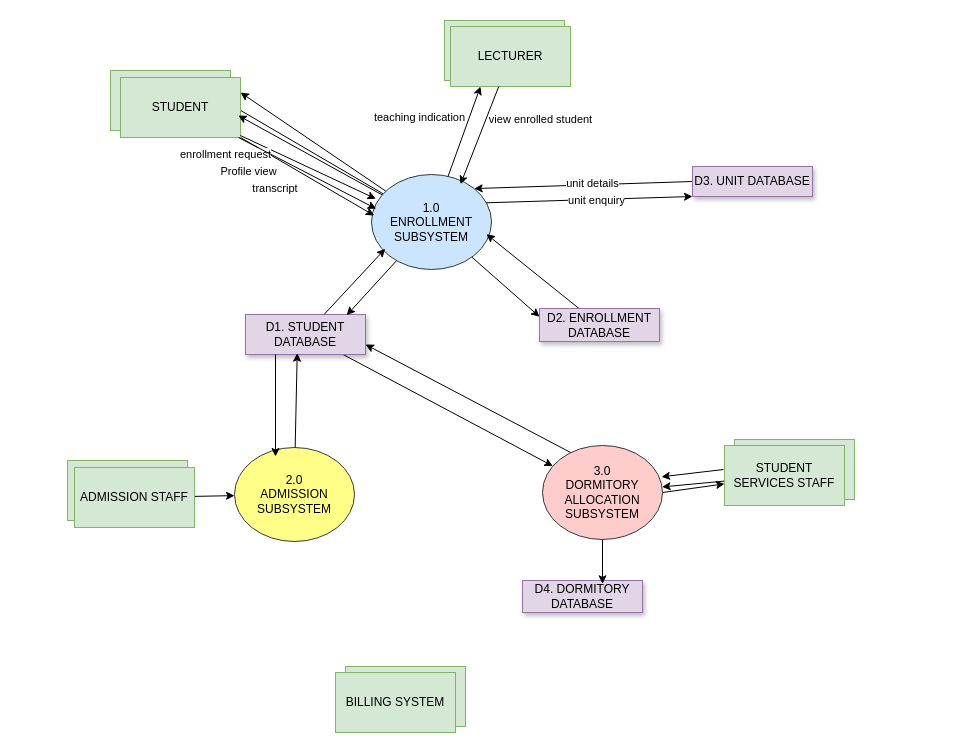
The draw.io diagram page "Level 1 DFD" (3 of 6) of Untitled Diagram.drawio in Nash230/IS403SystemsAnalysis-Design_MP, before the edit. Source tidied: cells renumbered, new cells numbered last; positions are measured from the earlier drawing's top-left corner, leaving out a move shared by most shapes. Both pictures are drawn from the tidied source at 100%, with x=0, y=0 at pixel (67, 20).
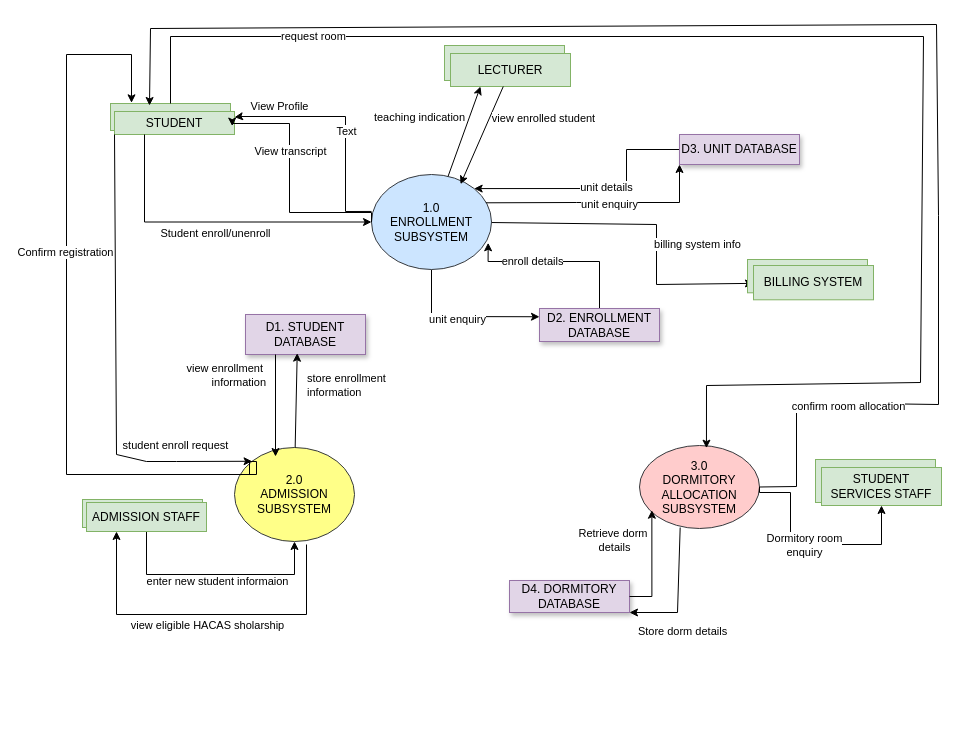
The same page after the edit.

Commit message:
Analysis Drawing

The change refers to these unchanged cells:
```xml
<mxCell id="5" value="&lt;div&gt;1.0&lt;/div&gt;&lt;div&gt;ENROLLMENT SUBSYSTEM&lt;/div&gt;" style="ellipse;whiteSpace=wrap;html=1;fillColor=#cce5ff;strokeColor=#36393d;" parent="1" vertex="1">
  <mxGeometry x="304" y="154" width="120" height="95" as="geometry" />
</mxCell>
<mxCell id="8" value="2.0&lt;div&gt;ADMISSION SUBSYSTEM&lt;/div&gt;" style="ellipse;whiteSpace=wrap;html=1;fillColor=#ffff88;strokeColor=#36393d;" parent="1" vertex="1">
  <mxGeometry x="167" y="427" width="120" height="94" as="geometry" />
</mxCell>
<mxCell id="13" value="D1. STUDENT DATABASE" style="rounded=0;whiteSpace=wrap;html=1;shadow=1;fillColor=#e1d5e7;strokeColor=#9673a6;" parent="1" vertex="1">
  <mxGeometry x="178" y="294" width="120" height="40" as="geometry" />
</mxCell>
<mxCell id="18" value="D2. ENROLLMENT DATABASE" style="rounded=0;whiteSpace=wrap;html=1;shadow=1;fillColor=#e1d5e7;strokeColor=#9673a6;" parent="1" vertex="1">
  <mxGeometry x="472" y="288" width="120" height="33" as="geometry" />
</mxCell>
<mxCell id="37" style="edgeStyle=none;rounded=0;jettySize=auto;html=1;entryX=0.431;entryY=0.967;entryDx=0;entryDy=0;entryPerimeter=0;" parent="1" edge="1" source="8" target="13">
  <mxGeometry relative="1" as="geometry" />
</mxCell>
<mxCell id="38" style="edgeStyle=none;rounded=0;jettySize=auto;html=1;exitX=0.25;exitY=1;exitDx=0;exitDy=0;" parent="1" edge="1" source="13">
  <mxGeometry relative="1" as="geometry">
    <mxPoint x="208" y="436" as="targetPoint" />
  </mxGeometry>
</mxCell>
```

What changed in the source:
```diff
@@
     <mxCell id="2" style="edgeStyle=none;rounded=0;jettySize=auto;html=1;entryX=0;entryY=0.25;entryDx=0;entryDy=0;" parent="1" edge="1" source="5" target="18">
-      <mxGeometry relative="1" as="geometry" />
+      <mxGeometry relative="1" as="geometry">
+        <Array as="points">
+          <mxPoint x="364" y="296" />
+        </Array>
+      </mxGeometry>
     </mxCell>
-    <mxCell id="3" style="edgeStyle=none;rounded=0;jettySize=auto;html=1;" parent="1" edge="1" source="5">
-      <mxGeometry relative="1" as="geometry">
-        <mxPoint x="164.7" y="85" as="targetPoint" />
-      </mxGeometry>
-    </mxCell>
+    <mxCell id="49" value="unit enquiry" style="edgeLabel;html=1;align=center;verticalAlign=middle;" parent="2" vertex="1">
+      <mxGeometry x="-0.06" y="-1" relative="1" as="geometry">
+        <mxPoint y="1" as="offset" />
+      </mxGeometry>
+    </mxCell>
+    <mxCell id="50" style="edgeStyle=none;rounded=0;jettySize=auto;html=1;" parent="1" edge="1" source="5" target="43">
+      <mxGeometry relative="1" as="geometry">
+        <Array as="points">
+          <mxPoint x="589" y="204" />
+          <mxPoint x="589" y="264" />
+        </Array>
+      </mxGeometry>
+    </mxCell>
+    <mxCell id="51" value="billing system info" style="edgeLabel;html=1;align=center;verticalAlign=middle;" parent="50" vertex="1">
+      <mxGeometry x="0.51" y="-1" relative="1" as="geometry">
+        <mxPoint x="23" y="-41" as="offset" />
+      </mxGeometry>
+    </mxCell>
-    <mxCell id="4" style="edgeStyle=none;rounded=0;jettySize=auto;html=1;entryX=1;entryY=0.25;entryDx=0;entryDy=0;" parent="1" edge="1" source="5" target="22">
-      <mxGeometry relative="1" as="geometry" />
+    <mxCell id="4" style="edgeStyle=orthogonalEdgeStyle;rounded=0;jettySize=auto;html=1;entryX=1;entryY=0.25;entryDx=0;entryDy=0;exitX=0;exitY=0.389;exitDx=0;exitDy=0;exitPerimeter=0;" parent="1" edge="1" source="5" target="22">
+      <mxGeometry relative="1" as="geometry">
+        <Array as="points">
+          <mxPoint x="278" y="191" />
+          <mxPoint x="278" y="96" />
+          <mxPoint x="173" y="96" />
+        </Array>
+      </mxGeometry>
     </mxCell>
+    <mxCell id="52" value="View Profile" style="edgeLabel;html=1;align=center;verticalAlign=middle;" parent="4" vertex="1">
+      <mxGeometry x="0.66" relative="1" as="geometry">
+        <mxPoint x="5" y="-11" as="offset" />
+      </mxGeometry>
+    </mxCell>
+    <mxCell id="53" value="Text" style="edgeLabel;html=1;align=center;verticalAlign=middle;" parent="4" vertex="1">
+      <mxGeometry x="-0.08" relative="1" as="geometry" />
+    </mxCell>
@@
     <mxCell id="6" style="edgeStyle=none;rounded=0;jettySize=auto;html=1;entryX=0;entryY=1;entryDx=0;entryDy=0;exitX=0.953;exitY=0.298;exitDx=0;exitDy=0;exitPerimeter=0;" parent="1" edge="1" source="5" target="16">
-      <mxGeometry relative="1" as="geometry" />
+      <mxGeometry relative="1" as="geometry">
+        <Array as="points">
+          <mxPoint x="509" y="182" />
+          <mxPoint x="612" y="182" />
+        </Array>
+      </mxGeometry>
     </mxCell>
@@
+    <mxCell id="54" style="edgeStyle=none;rounded=0;jettySize=auto;html=1;entryX=0.25;entryY=1;entryDx=0;entryDy=0;" parent="1" edge="1" target="33">
+      <mxGeometry relative="1" as="geometry">
+        <mxPoint x="239" y="524" as="sourcePoint" />
+        <Array as="points">
+          <mxPoint x="239" y="594" />
+          <mxPoint x="49" y="594" />
+        </Array>
+      </mxGeometry>
+    </mxCell>
+    <mxCell id="55" value="view eligible HACAS sholarship" style="edgeLabel;html=1;align=center;verticalAlign=middle;" parent="54" vertex="1">
+      <mxGeometry x="0.11" relative="1" as="geometry">
+        <mxPoint x="20" y="10" as="offset" />
+      </mxGeometry>
+    </mxCell>
@@
-    <mxCell id="9" style="edgeStyle=none;rounded=0;jettySize=auto;html=1;entryX=1;entryY=0.75;entryDx=0;entryDy=0;exitX=0.281;exitY=0.106;exitDx=0;exitDy=0;exitPerimeter=0;" parent="1" edge="1" source="11" target="13">
-      <mxGeometry relative="1" as="geometry" />
-    </mxCell>
-    <mxCell id="10" style="edgeStyle=none;rounded=0;jettySize=auto;html=1;exitX=1;exitY=0.5;exitDx=0;exitDy=0;" parent="1" edge="1" source="11" target="41">
-      <mxGeometry relative="1" as="geometry" />
-    </mxCell>
     <mxCell id="11" value="&lt;div&gt;3.0&lt;/div&gt;&lt;div&gt;DORMITORY ALLOCATION SUBSYSTEM&lt;/div&gt;" style="ellipse;whiteSpace=wrap;html=1;fillColor=#ffcccc;strokeColor=#36393d;" parent="1" vertex="1">
-      <mxGeometry x="475" y="425" width="120" height="94" as="geometry" />
+      <mxGeometry x="572" y="425" width="120" height="83" as="geometry" />
     </mxCell>
-    <mxCell id="12" style="edgeStyle=none;rounded=0;jettySize=auto;html=1;" parent="1" edge="1" source="13" target="11">
-      <mxGeometry relative="1" as="geometry" />
-    </mxCell>
@@
     <mxCell id="14" style="edgeStyle=none;rounded=0;jettySize=auto;html=1;entryX=1;entryY=0;entryDx=0;entryDy=0;exitX=0;exitY=0.5;exitDx=0;exitDy=0;" parent="1" edge="1" source="16" target="5">
-      <mxGeometry relative="1" as="geometry" />
+      <mxGeometry relative="1" as="geometry">
+        <Array as="points">
+          <mxPoint x="559" y="129" />
+          <mxPoint x="559" y="168" />
+        </Array>
+      </mxGeometry>
     </mxCell>
@@
     <mxCell id="16" value="D3. UNIT DATABASE" style="rounded=0;whiteSpace=wrap;html=1;shadow=1;fillColor=#e1d5e7;strokeColor=#9673a6;" parent="1" vertex="1">
-      <mxGeometry x="625" y="146" width="120" height="30" as="geometry" />
+      <mxGeometry x="612" y="114" width="120" height="30" as="geometry" />
     </mxCell>
-    <mxCell id="17" style="edgeStyle=none;rounded=0;jettySize=auto;html=1;entryX=0.958;entryY=0.628;entryDx=0;entryDy=0;entryPerimeter=0;" parent="1" edge="1" source="18" target="5">
-      <mxGeometry relative="1" as="geometry" />
+    <mxCell id="17" style="edgeStyle=orthogonalEdgeStyle;rounded=0;jettySize=auto;html=1;entryX=0.972;entryY=0.719;entryDx=0;entryDy=0;entryPerimeter=0;exitX=0.5;exitY=0;exitDx=0;exitDy=0;" parent="1" edge="1" source="18" target="5">
+      <mxGeometry relative="1" as="geometry">
+        <Array as="points">
+          <mxPoint x="532" y="241" />
+          <mxPoint x="421" y="241" />
+        </Array>
+      </mxGeometry>
     </mxCell>
+    <mxCell id="56" value="enroll details" style="edgeLabel;html=1;align=center;verticalAlign=middle;" parent="17" vertex="1">
+      <mxGeometry x="0.3" y="-1" relative="1" as="geometry" />
+    </mxCell>
@@
     <mxCell id="19" value="D4. DORMITORY DATABASE" style="rounded=0;whiteSpace=wrap;html=1;shadow=1;fillColor=#e1d5e7;strokeColor=#9673a6;" parent="1" vertex="1">
-      <mxGeometry x="455" y="560" width="120" height="32" as="geometry" />
+      <mxGeometry x="442" y="560" width="120" height="32" as="geometry" />
     </mxCell>
     <mxCell id="20" style="rounded=0;whiteSpace=wrap;html=1;fillColor=#d5e8d4;strokeColor=#82b366;" parent="1" vertex="1">
-      <mxGeometry x="43" y="50" width="120" height="60" as="geometry" />
+      <mxGeometry x="43" y="83" width="120" height="27" as="geometry" />
     </mxCell>
-    <mxCell id="21" style="edgeStyle=none;rounded=0;jettySize=auto;html=1;exitX=1;exitY=1;exitDx=0;exitDy=0;" parent="1" edge="1" source="22">
-      <mxGeometry relative="1" as="geometry">
-        <mxPoint x="306.7" y="195" as="targetPoint" />
-      </mxGeometry>
-    </mxCell>
+    <mxCell id="57" style="edgeStyle=none;rounded=0;jettySize=auto;html=1;entryX=0.558;entryY=0.032;entryDx=0;entryDy=0;entryPerimeter=0;exitX=0.5;exitY=0;exitDx=0;exitDy=0;" parent="1" edge="1" source="20" target="11">
+      <mxGeometry relative="1" as="geometry">
+        <Array as="points">
+          <mxPoint x="103" y="16" />
+          <mxPoint x="856" y="16" />
+          <mxPoint x="853" y="362" />
+          <mxPoint x="639" y="365" />
+        </Array>
+      </mxGeometry>
+    </mxCell>
+    <mxCell id="58" value="request room" style="edgeLabel;html=1;align=center;verticalAlign=middle;" parent="57" vertex="1">
+      <mxGeometry x="-0.71" y="1" relative="1" as="geometry" />
+    </mxCell>
     <mxCell id="22" value="STUDENT" style="rounded=0;whiteSpace=wrap;html=1;fillColor=#d5e8d4;strokeColor=#82b366;" parent="1" vertex="1">
-      <mxGeometry x="53" y="57" width="120" height="60" as="geometry" />
+      <mxGeometry x="47" y="91" width="120" height="23" as="geometry" />
     </mxCell>
     <mxCell id="23" style="rounded=0;whiteSpace=wrap;html=1;fillColor=#d5e8d4;strokeColor=#82b366;" parent="1" vertex="1">
-      <mxGeometry x="377" width="120" height="60" as="geometry" />
+      <mxGeometry x="377" y="25" width="120" height="35" as="geometry" />
     </mxCell>
     <mxCell id="24" value="LECTURER" style="rounded=0;whiteSpace=wrap;html=1;fillColor=#d5e8d4;strokeColor=#82b366;" parent="1" vertex="1">
-      <mxGeometry x="383" y="6" width="120" height="60" as="geometry" />
+      <mxGeometry x="383" y="33" width="120" height="33" as="geometry" />
     </mxCell>
-    <mxCell id="25" style="rounded=0;jettySize=auto;html=1;entryX=0.036;entryY=0.256;entryDx=0;entryDy=0;entryPerimeter=0;" parent="1" edge="1" source="22" target="5">
-      <mxGeometry relative="1" as="geometry" />
-    </mxCell>
-    <mxCell id="26" value="enrollment request" style="edgeLabel;html=1;align=center;verticalAlign=middle;" parent="25" vertex="1">
-      <mxGeometry x="-0.54" y="-4" relative="1" as="geometry">
-        <mxPoint x="-45" as="offset" />
-      </mxGeometry>
-    </mxCell>
-    <mxCell id="27" value="Profile view" style="edgeLabel;html=1;align=center;verticalAlign=middle;" parent="25" vertex="1">
-      <mxGeometry x="-0.19" y="-3" relative="1" as="geometry">
-        <mxPoint x="-46" y="7" as="offset" />
-      </mxGeometry>
-    </mxCell>
-    <mxCell id="28" value="transcript&amp;nbsp;" style="edgeLabel;html=1;align=center;verticalAlign=middle;" parent="25" vertex="1">
-      <mxGeometry x="-0.02" y="-3" relative="1" as="geometry">
-        <mxPoint x="-29" y="19" as="offset" />
-      </mxGeometry>
-    </mxCell>
@@
     <mxCell id="31" style="rounded=0;whiteSpace=wrap;html=1;fillColor=#d5e8d4;strokeColor=#82b366;" parent="1" vertex="1">
-      <mxGeometry y="440" width="120" height="60" as="geometry" />
+      <mxGeometry x="15" y="479" width="120" height="28" as="geometry" />
     </mxCell>
-    <mxCell id="32" style="rounded=0;jettySize=auto;html=1;" parent="1" edge="1" source="33" target="8">
-      <mxGeometry relative="1" as="geometry" />
+    <mxCell id="32" style="edgeStyle=none;rounded=0;jettySize=auto;html=1;entryX=0.5;entryY=1;entryDx=0;entryDy=0;" parent="1" edge="1" source="33" target="8">
+      <mxGeometry relative="1" as="geometry">
+        <Array as="points">
+          <mxPoint x="79" y="554" />
+          <mxPoint x="227" y="554" />
+        </Array>
+      </mxGeometry>
     </mxCell>
+    <mxCell id="59" value="enter new student informaion" style="edgeLabel;html=1;align=center;verticalAlign=middle;" parent="32" vertex="1">
+      <mxGeometry x="-0.21" y="2" relative="1" as="geometry">
+        <mxPoint x="25" y="8" as="offset" />
+      </mxGeometry>
+    </mxCell>
     <mxCell id="33" value="ADMISSION STAFF" style="rounded=0;whiteSpace=wrap;html=1;fillColor=#d5e8d4;strokeColor=#82b366;" parent="1" vertex="1">
-      <mxGeometry x="7" y="447" width="120" height="60" as="geometry" />
+      <mxGeometry x="19" y="482" width="120" height="29" as="geometry" />
     </mxCell>
-    <mxCell id="34" style="edgeStyle=none;rounded=0;jettySize=auto;html=1;entryX=0.114;entryY=0.782;entryDx=0;entryDy=0;entryPerimeter=0;" parent="1" edge="1" source="13" target="5">
-      <mxGeometry relative="1" as="geometry" />
-    </mxCell>
-    <mxCell id="35" style="edgeStyle=none;rounded=0;jettySize=auto;html=1;entryX=0.844;entryY=0.017;entryDx=0;entryDy=0;entryPerimeter=0;" parent="1" edge="1" source="5" target="13">
-      <mxGeometry relative="1" as="geometry" />
-    </mxCell>
-    <mxCell id="36" style="edgeStyle=none;rounded=0;jettySize=auto;html=1;entryX=0.667;entryY=0.104;entryDx=0;entryDy=0;entryPerimeter=0;" parent="1" edge="1" source="11" target="19">
-      <mxGeometry relative="1" as="geometry" />
+    <mxCell id="36" style="edgeStyle=none;rounded=0;jettySize=auto;html=1;entryX=1;entryY=1;entryDx=0;entryDy=0;exitX=0.339;exitY=0.988;exitDx=0;exitDy=0;exitPerimeter=0;" parent="1" edge="1" source="11" target="19">
+      <mxGeometry relative="1" as="geometry">
+        <Array as="points">
+          <mxPoint x="610" y="592" />
+        </Array>
+      </mxGeometry>
     </mxCell>
+    <mxCell id="60" value="Store dorm details" style="edgeLabel;html=1;align=center;verticalAlign=middle;" parent="36" vertex="1">
+      <mxGeometry x="-0.38" y="-1" relative="1" as="geometry">
+        <mxPoint x="4" y="63" as="offset" />
+      </mxGeometry>
+    </mxCell>
@@
+    <mxCell id="61" value="&lt;div&gt;store enrollment&amp;nbsp;&lt;/div&gt;&lt;div&gt;information&lt;/div&gt;" style="edgeLabel;html=1;align=left;verticalAlign=middle;" parent="37" vertex="1">
+      <mxGeometry x="-0.06" relative="1" as="geometry">
+        <mxPoint x="9" y="-19" as="offset" />
+      </mxGeometry>
+    </mxCell>
@@
+    <mxCell id="62" value="&lt;div&gt;view enrollment&amp;nbsp;&lt;/div&gt;&lt;div&gt;information&lt;/div&gt;" style="edgeLabel;html=1;align=right;verticalAlign=middle;" parent="38" vertex="1">
+      <mxGeometry x="0.11" relative="1" as="geometry">
+        <mxPoint x="-9" y="-37" as="offset" />
+      </mxGeometry>
+    </mxCell>
     <mxCell id="39" style="rounded=0;whiteSpace=wrap;html=1;fillColor=#d5e8d4;strokeColor=#82b366;" parent="1" vertex="1">
-      <mxGeometry x="667" y="419" width="120" height="60" as="geometry" />
+      <mxGeometry x="748" y="439" width="120" height="43" as="geometry" />
     </mxCell>
-    <mxCell id="40" style="edgeStyle=none;rounded=0;jettySize=auto;html=1;" parent="1" edge="1" source="41" target="11">
-      <mxGeometry relative="1" as="geometry" />
-    </mxCell>
     <mxCell id="41" value="STUDENT SERVICES STAFF" style="rounded=0;whiteSpace=wrap;html=1;fillColor=#d5e8d4;strokeColor=#82b366;" parent="1" vertex="1">
-      <mxGeometry x="657" y="425" width="120" height="60" as="geometry" />
+      <mxGeometry x="754" y="447" width="120" height="38" as="geometry" />
     </mxCell>
     <mxCell id="42" style="rounded=0;whiteSpace=wrap;html=1;fillColor=#d5e8d4;strokeColor=#82b366;" parent="1" vertex="1">
-      <mxGeometry x="278" y="646" width="120" height="60" as="geometry" />
+      <mxGeometry x="680" y="239" width="120" height="33.3" as="geometry" />
     </mxCell>
     <mxCell id="43" value="BILLING SYSTEM" style="rounded=0;whiteSpace=wrap;html=1;fillColor=#d5e8d4;strokeColor=#82b366;" parent="1" vertex="1">
-      <mxGeometry x="268" y="652" width="120" height="60" as="geometry" />
+      <mxGeometry x="686" y="245" width="120" height="34.3" as="geometry" />
     </mxCell>
@@
-    <mxCell id="46" style="edgeStyle=none;rounded=0;jettySize=auto;html=1;entryX=0.039;entryY=0.361;entryDx=0;entryDy=0;entryPerimeter=0;" parent="1" edge="1" source="22" target="5">
+    <mxCell id="46" style="edgeStyle=orthogonalEdgeStyle;rounded=0;jettySize=auto;html=1;entryX=0;entryY=0.5;entryDx=0;entryDy=0;exitX=0.25;exitY=1;exitDx=0;exitDy=0;" parent="1" edge="1" source="22" target="5">
       <mxGeometry relative="1" as="geometry" />
     </mxCell>
+    <mxCell id="63" value="Student enroll/unenroll" style="edgeLabel;html=1;align=center;verticalAlign=middle;" parent="46" vertex="1">
+      <mxGeometry x="-0.15" relative="1" as="geometry">
+        <mxPoint x="24" y="11" as="offset" />
+      </mxGeometry>
+    </mxCell>
-    <mxCell id="47" style="edgeStyle=none;rounded=0;jettySize=auto;html=1;entryX=0.981;entryY=0.633;entryDx=0;entryDy=0;entryPerimeter=0;" parent="1" edge="1" source="5" target="22">
-      <mxGeometry relative="1" as="geometry" />
+    <mxCell id="47" style="edgeStyle=orthogonalEdgeStyle;rounded=0;jettySize=auto;html=1;entryX=0.981;entryY=0.633;entryDx=0;entryDy=0;entryPerimeter=0;exitX=0;exitY=0.5;exitDx=0;exitDy=0;" parent="1" edge="1" source="5" target="22">
+      <mxGeometry relative="1" as="geometry">
+        <Array as="points">
+          <mxPoint x="304" y="192" />
+          <mxPoint x="222" y="192" />
+          <mxPoint x="222" y="103" />
+          <mxPoint x="165" y="103" />
+        </Array>
+      </mxGeometry>
     </mxCell>
-    <mxCell id="48" style="edgeStyle=none;rounded=0;jettySize=auto;html=1;entryX=0.992;entryY=0.333;entryDx=0;entryDy=0;entryPerimeter=0;" parent="1" edge="1" target="11">
-      <mxGeometry relative="1" as="geometry">
-        <mxPoint x="656" y="449" as="sourcePoint" />
-      </mxGeometry>
-    </mxCell>
+    <mxCell id="64" value="View transcript" style="edgeLabel;html=1;align=center;verticalAlign=middle;" parent="47" vertex="1">
+      <mxGeometry x="0.27" relative="1" as="geometry" />
+    </mxCell>
+    <mxCell id="10" style="endArrow=classic;html=1;rounded=0;exitX=1;exitY=0.5;exitDx=0;exitDy=0;entryX=0.5;entryY=1;entryDx=0;entryDy=0;edgeStyle=orthogonalEdgeStyle;" parent="1" edge="1" source="11" target="41">
+      <mxGeometry relative="1" as="geometry">
+        <Array as="points">
+          <mxPoint x="723" y="472" />
+          <mxPoint x="723" y="524" />
+          <mxPoint x="814" y="524" />
+        </Array>
+      </mxGeometry>
+    </mxCell>
+    <mxCell id="65" value="&lt;div&gt;Dormitory room&lt;/div&gt;&lt;div&gt;enquiry&lt;/div&gt;" style="edgeLabel;html=1;align=center;verticalAlign=middle;" parent="10" vertex="1">
+      <mxGeometry x="-0.07" relative="1" as="geometry" />
+    </mxCell>
+    <mxCell id="66" style="edgeStyle=orthogonalEdgeStyle;rounded=0;jettySize=auto;html=1;entryX=0.103;entryY=0.78;entryDx=0;entryDy=0;entryPerimeter=0;exitX=1;exitY=0.5;exitDx=0;exitDy=0;" parent="1" edge="1" source="19" target="11">
+      <mxGeometry relative="1" as="geometry">
+        <Array as="points">
+          <mxPoint x="584" y="576" />
+        </Array>
+      </mxGeometry>
+    </mxCell>
+    <mxCell id="67" value="&lt;div&gt;Retrieve dorm&amp;nbsp;&lt;/div&gt;&lt;div&gt;details&lt;/div&gt;" style="edgeLabel;html=1;align=center;verticalAlign=middle;" parent="66" vertex="1">
+      <mxGeometry x="0.59" y="-2" relative="1" as="geometry">
+        <mxPoint x="-40" y="7" as="offset" />
+      </mxGeometry>
+    </mxCell>
+    <mxCell id="68" style="edgeStyle=orthogonalEdgeStyle;rounded=0;jettySize=auto;html=1;entryX=0.175;entryY=-0.025;entryDx=0;entryDy=0;entryPerimeter=0;" parent="1" edge="1" target="20">
+      <mxGeometry relative="1" as="geometry">
+        <mxPoint x="182" y="454" as="sourcePoint" />
+        <Array as="points">
+          <mxPoint x="182" y="441" />
+          <mxPoint x="189" y="441" />
+          <mxPoint x="189" y="454" />
+          <mxPoint x="-1" y="454" />
+          <mxPoint x="-1" y="34" />
+          <mxPoint x="64" y="34" />
+        </Array>
+      </mxGeometry>
+    </mxCell>
+    <mxCell id="69" value="Confirm registration" style="edgeLabel;html=1;align=center;verticalAlign=middle;" parent="68" vertex="1">
+      <mxGeometry x="0.18" y="2" relative="1" as="geometry" />
+    </mxCell>
+    <mxCell id="70" style="edgeStyle=none;rounded=0;jettySize=auto;html=1;entryX=0.325;entryY=0.074;entryDx=0;entryDy=0;entryPerimeter=0;" parent="1" edge="1" source="11" target="20">
+      <mxGeometry relative="1" as="geometry">
+        <Array as="points">
+          <mxPoint x="729" y="466" />
+          <mxPoint x="729" y="382" />
+          <mxPoint x="871" y="384" />
+          <mxPoint x="871" y="195" />
+          <mxPoint x="869" y="4" />
+          <mxPoint x="83" y="8" />
+        </Array>
+      </mxGeometry>
+    </mxCell>
+    <mxCell id="71" value="confirm room allocation" style="edgeLabel;html=1;align=center;verticalAlign=middle;" parent="70" vertex="1">
+      <mxGeometry x="-0.77" y="-3" relative="1" as="geometry" />
+    </mxCell>
+    <mxCell id="72" style="edgeStyle=none;rounded=0;jettySize=auto;html=1;entryX=0;entryY=0;entryDx=0;entryDy=0;exitX=0;exitY=1;exitDx=0;exitDy=0;" parent="1" edge="1" source="22" target="8">
+      <mxGeometry relative="1" as="geometry">
+        <Array as="points">
+          <mxPoint x="49" y="434" />
+          <mxPoint x="79" y="441" />
+          <mxPoint x="109" y="441" />
+        </Array>
+      </mxGeometry>
+    </mxCell>
+    <mxCell id="73" value="student enroll request" style="edgeLabel;html=1;align=center;verticalAlign=middle;" parent="72" vertex="1">
+      <mxGeometry x="-0.23" y="-1" relative="1" as="geometry">
+        <mxPoint x="60" y="134" as="offset" />
+      </mxGeometry>
+    </mxCell>
```
